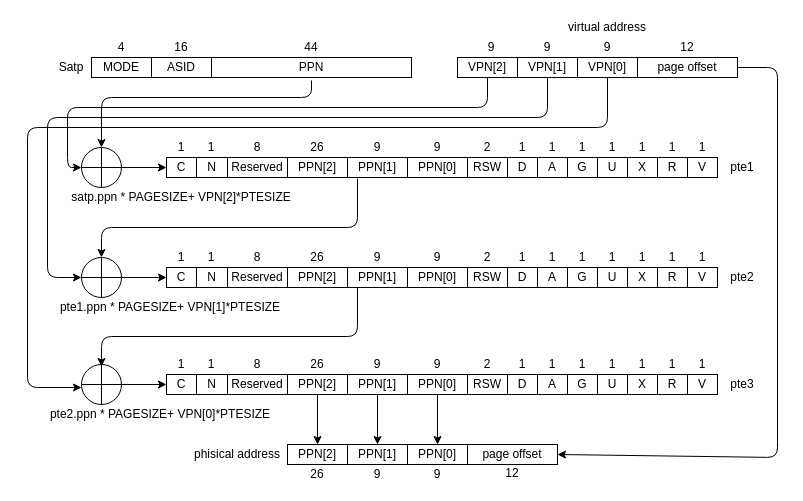
Before: sv39.drawio in Ziyue-Zhang/virt-mem-drawing, a draw.io diagram. Source tidied: cells renumbered, new cells numbered last; positions are measured from the earlier drawing's top-left corner, leaving out a move shared by most shapes. Both pictures are drawn from the tidied source at 100%, with x=0, y=0 at pixel (17, 17).
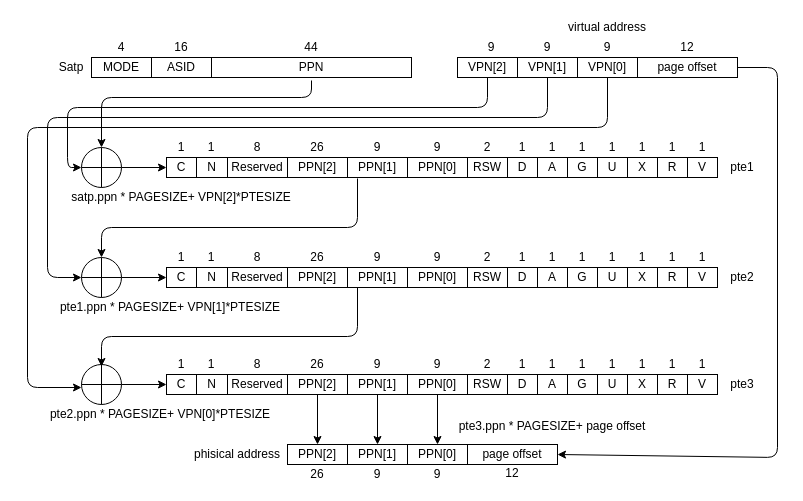
The same diagram, later.

Diff of the diagram source:
```diff
@@
+    <mxCell id="139" value="pte3.ppn * PAGESIZE+ page offset" style="text;html=1;strokeColor=none;fillColor=none;align=center;verticalAlign=middle;whiteSpace=wrap;rounded=0;" parent="1" vertex="1">
+      <mxGeometry x="392" y="399" width="286" height="20" as="geometry" />
+    </mxCell>
```
